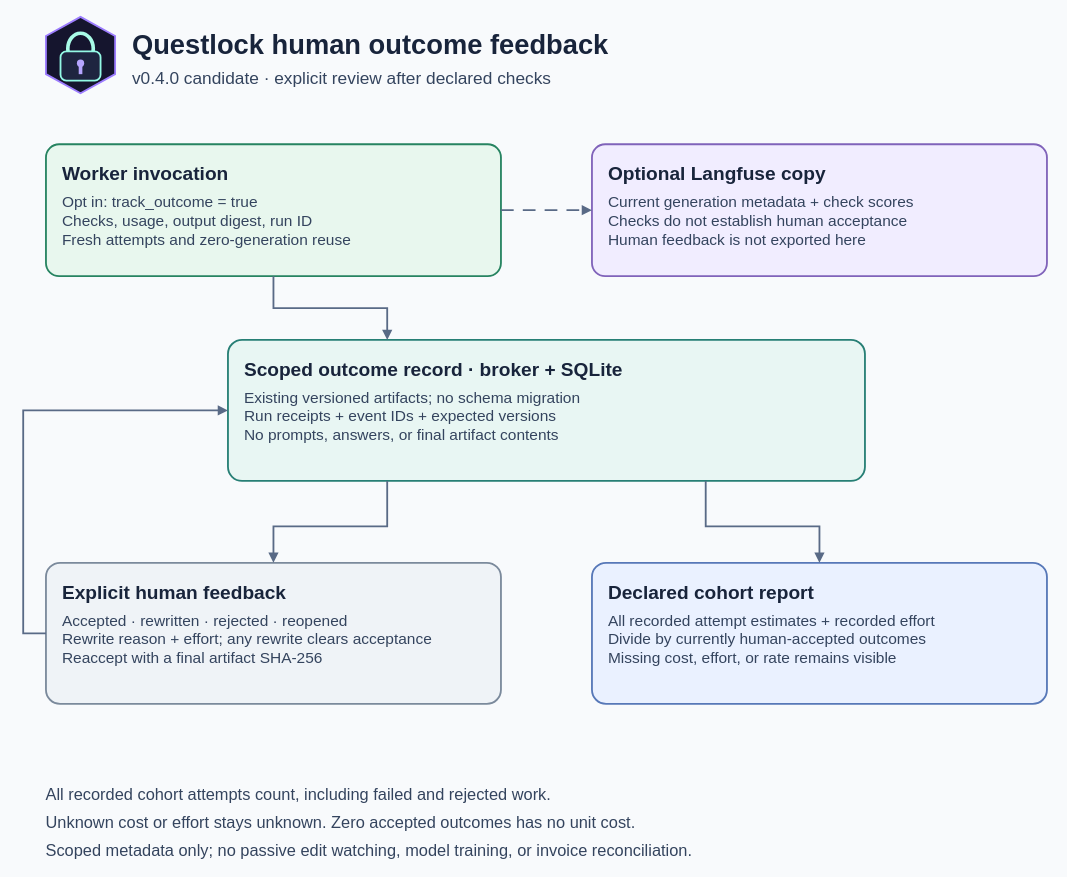
Above: docs/diagrams/human-outcomes.drawio in spfuzzylink/questlock (draw.io), before the change. Source tidied: cells renumbered, new cells numbered last; positions are measured from the earlier drawing's top-left corner, leaving out a move shared by most shapes. Both pictures are drawn from the tidied source at 91%, with x=0, y=0 at pixel (23, 16).
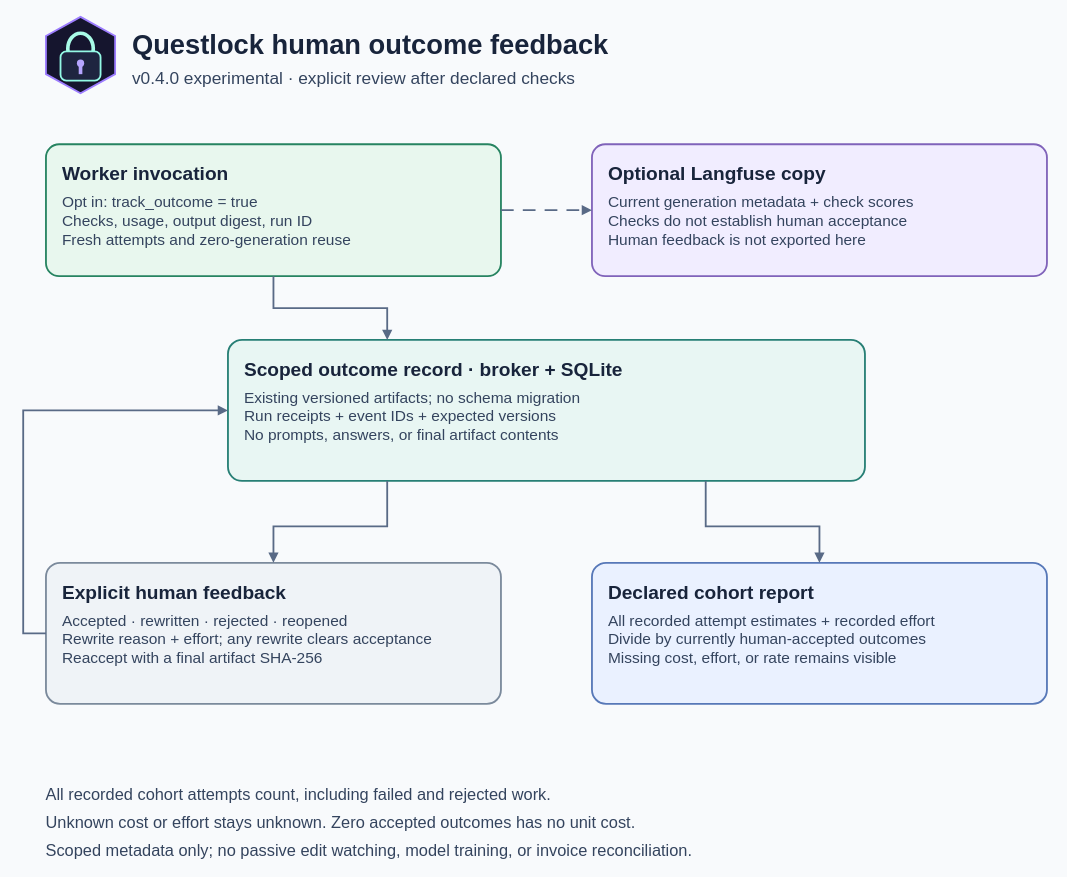
The same page after the edit.

What changed in the source:
```diff
@@
-    <mxCell id="3" value="v0.4.0 candidate · explicit review after declared checks" style="text;html=0;whiteSpace=wrap;align=left;verticalAlign=top;spacing=0;fillColor=none;strokeColor=none;fontFamily=Arial;fontSize=19;fontColor=#34445e;" parent="1" vertex="1">
+    <mxCell id="3" value="v0.4.0 experimental · explicit review after declared checks" style="text;html=0;whiteSpace=wrap;align=left;verticalAlign=top;spacing=0;fillColor=none;strokeColor=none;fontFamily=Arial;fontSize=19;fontColor=#34445e;" parent="1" vertex="1">
       <mxGeometry x="120" y="52" width="1010" height="30" as="geometry" />
     </mxCell>
```
